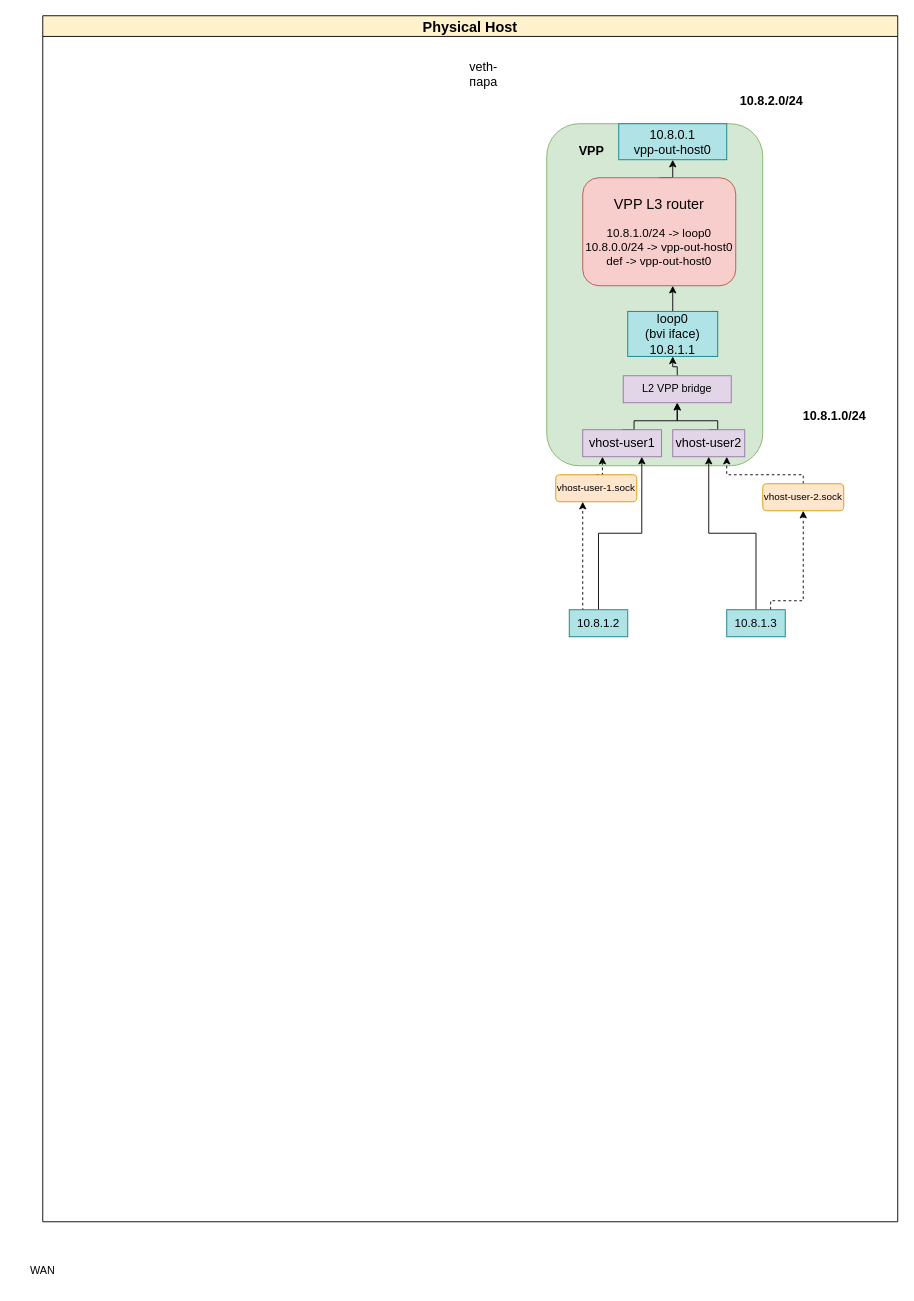
Before: SCHEME.drawio in Lutanab/vpp-nat-test, a draw.io diagram. Source tidied: cells renumbered, new cells numbered last; positions are measured from the earlier drawing's top-left corner, leaving out a move shared by most shapes. Both pictures are drawn from the tidied source at 90%, with x=0, y=0 at pixel (15, 15).
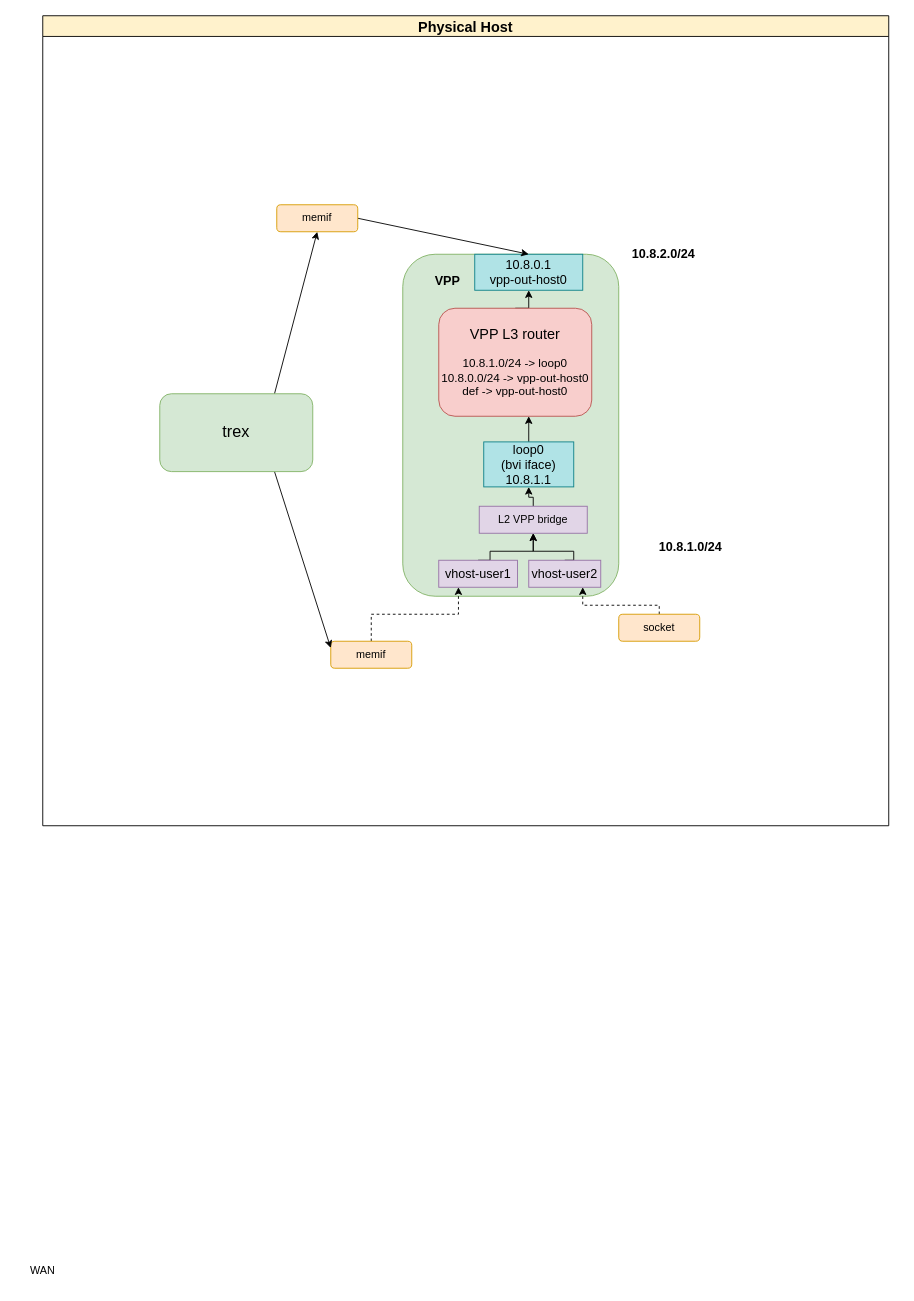
Above is the later version.

Change to the diagram source:
```diff
@@
     <mxCell id="2" value="&lt;font style=&quot;font-size: 16px;&quot;&gt;Physical Host&lt;/font&gt;" style="swimlane;whiteSpace=wrap;html=1;fillColor=#fff2cc;strokeColor=#000000;" parent="1" vertex="1">
-      <mxGeometry x="30" width="950" height="1340" as="geometry" />
+      <mxGeometry x="30" width="940" height="900" as="geometry" />
     </mxCell>
-    <mxCell id="3" style="edgeStyle=orthogonalEdgeStyle;rounded=0;jettySize=auto;html=1;exitX=0.75;exitY=0;exitDx=0;exitDy=0;entryX=0.5;entryY=1;entryDx=0;entryDy=0;dashed=1;" parent="2" edge="1" source="26" target="10">
-      <mxGeometry relative="1" as="geometry">
-        <Array as="points">
-          <mxPoint x="809" y="650" />
-          <mxPoint x="845" y="650" />
-        </Array>
-      </mxGeometry>
-    </mxCell>
-    <mxCell id="4" style="edgeStyle=orthogonalEdgeStyle;rounded=0;jettySize=auto;html=1;exitX=0.25;exitY=0;exitDx=0;exitDy=0;dashed=1;" parent="2" edge="1" source="24" target="8">
-      <mxGeometry relative="1" as="geometry">
-        <Array as="points">
-          <mxPoint x="600" y="660" />
-        </Array>
-      </mxGeometry>
-    </mxCell>
     <mxCell id="5" value="&lt;font style=&quot;font-size: 14px;&quot;&gt;&lt;b&gt;10.8.1.0/24&lt;/b&gt;&lt;/font&gt;" style="text;html=1;whiteSpace=wrap;strokeColor=none;fillColor=none;align=center;verticalAlign=middle;rounded=0;strokeWidth=2;" parent="2" vertex="1">
-      <mxGeometry x="840" y="430" width="80" height="30" as="geometry" />
+      <mxGeometry x="680" y="575" width="80" height="30" as="geometry" />
     </mxCell>
     <mxCell id="6" style="rounded=1;whiteSpace=wrap;html=1;fillColor=#d5e8d4;strokeColor=#82b366;" parent="2" vertex="1">
-      <mxGeometry x="560" y="120" width="240" height="380" as="geometry" />
+      <mxGeometry x="400" y="265" width="240" height="380" as="geometry" />
     </mxCell>
@@
-    <mxCell id="8" value="&lt;font style=&quot;font-size: 11px;&quot;&gt;vhost-user-1.sock&lt;/font&gt;" style="rounded=1;whiteSpace=wrap;html=1;fillColor=#ffe6cc;strokeColor=#d79b00;" parent="2" vertex="1">
-      <mxGeometry x="570" y="510" width="90" height="30" as="geometry" />
+    <mxCell id="8" value="memif" style="rounded=1;whiteSpace=wrap;html=1;fillColor=#ffe6cc;strokeColor=#d79b00;" parent="2" vertex="1">
+      <mxGeometry x="320" y="695" width="90" height="30" as="geometry" />
     </mxCell>
     <mxCell id="9" style="edgeStyle=orthogonalEdgeStyle;rounded=0;jettySize=auto;html=1;exitX=0.5;exitY=0;exitDx=0;exitDy=0;entryX=0.75;entryY=1;entryDx=0;entryDy=0;dashed=1;" parent="2" edge="1" source="10" target="14">
       <mxGeometry relative="1" as="geometry">
         <Array as="points">
-          <mxPoint x="845" y="510" />
-          <mxPoint x="760" y="510" />
+          <mxPoint x="685" y="655" />
+          <mxPoint x="600" y="655" />
         </Array>
       </mxGeometry>
     </mxCell>
-    <mxCell id="10" value="&lt;font style=&quot;font-size: 11px;&quot;&gt;vhost-user-2.sock&lt;/font&gt;" style="rounded=1;whiteSpace=wrap;html=1;fillColor=#ffe6cc;strokeColor=#d79b00;" parent="2" vertex="1">
-      <mxGeometry x="800" y="520" width="90" height="30" as="geometry" />
+    <mxCell id="10" value="&lt;span style=&quot;color: rgb(0, 0, 0);&quot;&gt;socket&lt;/span&gt;" style="rounded=1;whiteSpace=wrap;html=1;fillColor=#ffe6cc;strokeColor=#d79b00;" parent="2" vertex="1">
+      <mxGeometry x="640" y="665" width="90" height="30" as="geometry" />
     </mxCell>
     <mxCell id="11" style="edgeStyle=orthogonalEdgeStyle;rounded=0;jettySize=auto;html=1;exitX=0.5;exitY=0;exitDx=0;exitDy=0;entryX=0.5;entryY=1;entryDx=0;entryDy=0;" parent="2" edge="1" source="12" target="16">
       <mxGeometry relative="1" as="geometry">
         <Array as="points">
-          <mxPoint x="657" y="450" />
-          <mxPoint x="705" y="450" />
+          <mxPoint x="497" y="595" />
+          <mxPoint x="545" y="595" />
         </Array>
       </mxGeometry>
     </mxCell>
     <mxCell id="12" value="&lt;font style=&quot;font-size: 14px;&quot;&gt;vhost-user1&lt;/font&gt;" style="rounded=0;whiteSpace=wrap;html=1;fillColor=#e1d5e7;strokeColor=#9673a6;" parent="2" vertex="1">
-      <mxGeometry x="600" y="460" width="87.5" height="30" as="geometry" />
+      <mxGeometry x="440" y="605" width="87.5" height="30" as="geometry" />
     </mxCell>
     <mxCell id="13" style="edgeStyle=orthogonalEdgeStyle;rounded=0;jettySize=auto;html=1;exitX=0.5;exitY=0;exitDx=0;exitDy=0;entryX=0.5;entryY=1;entryDx=0;entryDy=0;" parent="2" edge="1" source="14" target="16">
       <mxGeometry relative="1" as="geometry">
         <Array as="points">
-          <mxPoint x="750" y="450" />
-          <mxPoint x="705" y="450" />
+          <mxPoint x="590" y="595" />
+          <mxPoint x="545" y="595" />
         </Array>
       </mxGeometry>
     </mxCell>
     <mxCell id="14" value="&lt;font style=&quot;font-size: 14px;&quot;&gt;vhost-user2&lt;/font&gt;" style="rounded=0;whiteSpace=wrap;html=1;fillColor=#e1d5e7;strokeColor=#9673a6;" parent="2" vertex="1">
-      <mxGeometry x="700" y="460" width="80" height="30" as="geometry" />
+      <mxGeometry x="540" y="605" width="80" height="30" as="geometry" />
     </mxCell>
     <mxCell id="15" style="edgeStyle=orthogonalEdgeStyle;rounded=0;jettySize=auto;html=1;exitX=0.5;exitY=0;exitDx=0;exitDy=0;entryX=0.5;entryY=1;entryDx=0;entryDy=0;" parent="2" edge="1" source="16" target="18">
       <mxGeometry relative="1" as="geometry">
         <Array as="points">
-          <mxPoint x="705" y="390" />
-          <mxPoint x="700" y="390" />
+          <mxPoint x="545" y="535" />
+          <mxPoint x="540" y="535" />
         </Array>
       </mxGeometry>
     </mxCell>
     <mxCell id="16" value="L2 VPP bridge" style="rounded=0;whiteSpace=wrap;html=1;fillColor=#e1d5e7;strokeColor=#9673a6;" parent="2" vertex="1">
-      <mxGeometry x="645" y="400" width="120" height="30" as="geometry" />
+      <mxGeometry x="485" y="545" width="120" height="30" as="geometry" />
     </mxCell>
     <mxCell id="17" style="edgeStyle=orthogonalEdgeStyle;rounded=0;jettySize=auto;html=1;exitX=0.5;exitY=0;exitDx=0;exitDy=0;" parent="2" edge="1" source="18" target="20">
       <mxGeometry relative="1" as="geometry">
         <Array as="points">
-          <mxPoint x="700" y="260" />
-          <mxPoint x="700" y="260" />
+          <mxPoint x="540" y="405" />
+          <mxPoint x="540" y="405" />
         </Array>
       </mxGeometry>
     </mxCell>
     <mxCell id="18" value="&lt;font style=&quot;font-size: 14px;&quot;&gt;loop0&lt;br&gt;(bvi iface)&lt;/font&gt;&lt;div&gt;&lt;font style=&quot;font-size: 14px;&quot;&gt;10.8.1.1&lt;/font&gt;&lt;/div&gt;" style="rounded=0;whiteSpace=wrap;html=1;fillColor=#b0e3e6;strokeColor=#0e8088;" parent="2" vertex="1">
-      <mxGeometry x="650" y="328.5" width="100" height="50" as="geometry" />
+      <mxGeometry x="490" y="473.5" width="100" height="50" as="geometry" />
     </mxCell>
@@
     <mxCell id="20" value="&lt;font style=&quot;font-size: 16px;&quot;&gt;VPP L3 router&lt;/font&gt;&lt;div&gt;&lt;br&gt;&lt;/div&gt;&lt;div&gt;&lt;font style=&quot;font-size: 13px;&quot;&gt;10.8.1.0/24 -&amp;gt; loop0&lt;/font&gt;&lt;/div&gt;&lt;div&gt;&lt;font style=&quot;font-size: 13px;&quot;&gt;10.8.0.0/24 -&amp;gt; vpp-out-host0&lt;/font&gt;&lt;/div&gt;&lt;div&gt;&lt;font style=&quot;font-size: 13px;&quot;&gt;def -&amp;gt;&amp;nbsp;&lt;span style=&quot;background-color: transparent; color: light-dark(rgb(0, 0, 0), rgb(255, 255, 255));&quot;&gt;vpp-out-host0&lt;/span&gt;&lt;/font&gt;&lt;/div&gt;" style="rounded=1;whiteSpace=wrap;html=1;fillColor=#f8cecc;strokeColor=#b85450;" parent="2" vertex="1">
-      <mxGeometry x="600" y="180" width="170" height="120" as="geometry" />
+      <mxGeometry x="440" y="325" width="170" height="120" as="geometry" />
     </mxCell>
     <mxCell id="21" value="&lt;div&gt;&lt;font style=&quot;font-size: 14px;&quot;&gt;10.8.0.1&lt;/font&gt;&lt;/div&gt;&lt;font style=&quot;font-size: 14px;&quot;&gt;vpp-out-host0&lt;/font&gt;" style="rounded=0;whiteSpace=wrap;html=1;fillColor=#b0e3e6;strokeColor=#0e8088;" parent="2" vertex="1">
-      <mxGeometry x="640" y="120" width="120" height="40" as="geometry" />
+      <mxGeometry x="480" y="265" width="120" height="40" as="geometry" />
     </mxCell>
-    <mxCell id="22" value="&lt;font style=&quot;font-size: 14px;&quot;&gt;veth-пара&lt;/font&gt;" style="text;html=1;whiteSpace=wrap;strokeColor=none;fillColor=none;align=center;verticalAlign=middle;rounded=0;" parent="2" vertex="1">
-      <mxGeometry x="460" y="50" width="60" height="30" as="geometry" />
-    </mxCell>
-    <mxCell id="23" style="edgeStyle=orthogonalEdgeStyle;rounded=0;jettySize=auto;html=1;exitX=0.5;exitY=0;exitDx=0;exitDy=0;entryX=0.75;entryY=1;entryDx=0;entryDy=0;" parent="2" edge="1" source="24" target="12">
-      <mxGeometry relative="1" as="geometry" />
-    </mxCell>
-    <mxCell id="24" value="&lt;div&gt;&lt;font style=&quot;font-size: 13px;&quot;&gt;10.8.1.2&lt;/font&gt;&lt;/div&gt;" style="rounded=0;whiteSpace=wrap;html=1;fillColor=#b0e3e6;strokeColor=#0e8088;" parent="2" vertex="1">
-      <mxGeometry x="585" y="660" width="65" height="30" as="geometry" />
-    </mxCell>
-    <mxCell id="25" style="edgeStyle=orthogonalEdgeStyle;rounded=0;jettySize=auto;html=1;exitX=0.5;exitY=0;exitDx=0;exitDy=0;entryX=0.5;entryY=1;entryDx=0;entryDy=0;" parent="2" edge="1" source="26" target="14">
-      <mxGeometry relative="1" as="geometry" />
-    </mxCell>
-    <mxCell id="26" value="&lt;div&gt;&lt;font style=&quot;font-size: 13px;&quot;&gt;10.8.1.3&lt;/font&gt;&lt;/div&gt;" style="rounded=0;whiteSpace=wrap;html=1;fillColor=#b0e3e6;strokeColor=#0e8088;" parent="2" vertex="1">
-      <mxGeometry x="760" y="660" width="65" height="30" as="geometry" />
-    </mxCell>
     <mxCell id="27" value="&lt;font style=&quot;font-size: 14px;&quot;&gt;&lt;b&gt;VPP&lt;/b&gt;&lt;/font&gt;" style="text;html=1;whiteSpace=wrap;strokeColor=none;fillColor=none;align=center;verticalAlign=middle;rounded=0;strokeWidth=2;" parent="2" vertex="1">
-      <mxGeometry x="570" y="135" width="80" height="30" as="geometry" />
+      <mxGeometry x="410" y="280" width="80" height="30" as="geometry" />
     </mxCell>
     <mxCell id="28" value="&lt;font style=&quot;font-size: 14px;&quot;&gt;&lt;b&gt;10.8.2.0/24&lt;/b&gt;&lt;/font&gt;" style="text;html=1;whiteSpace=wrap;strokeColor=none;fillColor=none;align=center;verticalAlign=middle;rounded=0;strokeWidth=2;" parent="2" vertex="1">
-      <mxGeometry x="770" y="80" width="80" height="30" as="geometry" />
+      <mxGeometry x="650" y="250" width="80" height="30" as="geometry" />
     </mxCell>
+    <mxCell id="30" style="edgeStyle=none;html=1;exitX=0.75;exitY=1;exitDx=0;exitDy=0;entryX=0;entryY=0.25;entryDx=0;entryDy=0;" parent="2" edge="1" source="32" target="8">
+      <mxGeometry relative="1" as="geometry" />
+    </mxCell>
+    <mxCell id="31" style="edgeStyle=none;html=1;exitX=0.75;exitY=0;exitDx=0;exitDy=0;entryX=0.5;entryY=1;entryDx=0;entryDy=0;" parent="2" edge="1" source="32" target="34">
+      <mxGeometry relative="1" as="geometry" />
+    </mxCell>
+    <mxCell id="32" value="&lt;font style=&quot;font-size: 18px;&quot;&gt;trex&lt;/font&gt;" style="rounded=1;whiteSpace=wrap;html=1;fillColor=#d5e8d4;strokeColor=#82b366;" parent="2" vertex="1">
+      <mxGeometry x="130" y="420" width="170" height="86.5" as="geometry" />
+    </mxCell>
+    <mxCell id="33" style="edgeStyle=none;html=1;exitX=1;exitY=0.5;exitDx=0;exitDy=0;entryX=0.5;entryY=0;entryDx=0;entryDy=0;" parent="2" edge="1" source="34" target="21">
+      <mxGeometry relative="1" as="geometry" />
+    </mxCell>
+    <mxCell id="34" value="&lt;span style=&quot;color: rgb(0, 0, 0);&quot;&gt;memif&lt;/span&gt;" style="rounded=1;whiteSpace=wrap;html=1;fillColor=#ffe6cc;strokeColor=#d79b00;" parent="2" vertex="1">
+      <mxGeometry x="260" y="210" width="90" height="30" as="geometry" />
+    </mxCell>
```
